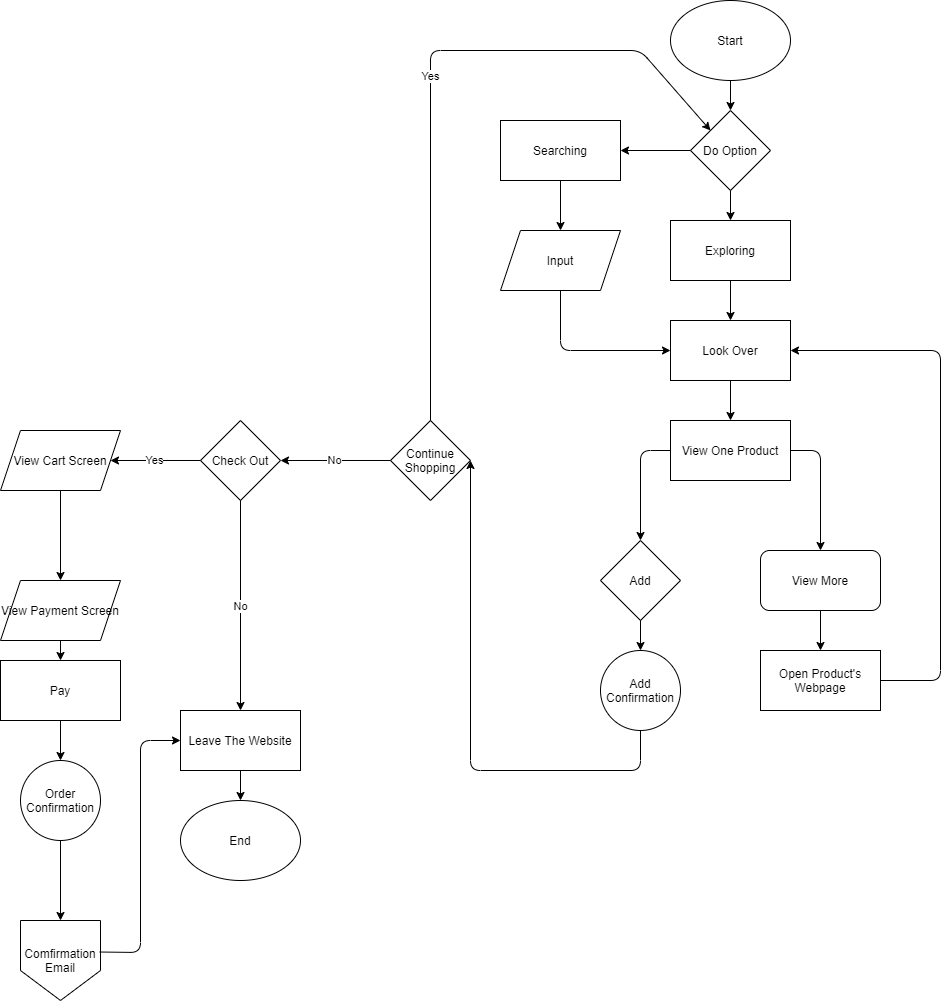
Above: explore/diagramming/diagram.drawio.png in BinnYEver/fa21-cse110-lab4 (draw.io), before the change. Source tidied: cells renumbered, new cells last; positions are measured from the earlier drawing's top-left corner, leaving out a move shared by most shapes.
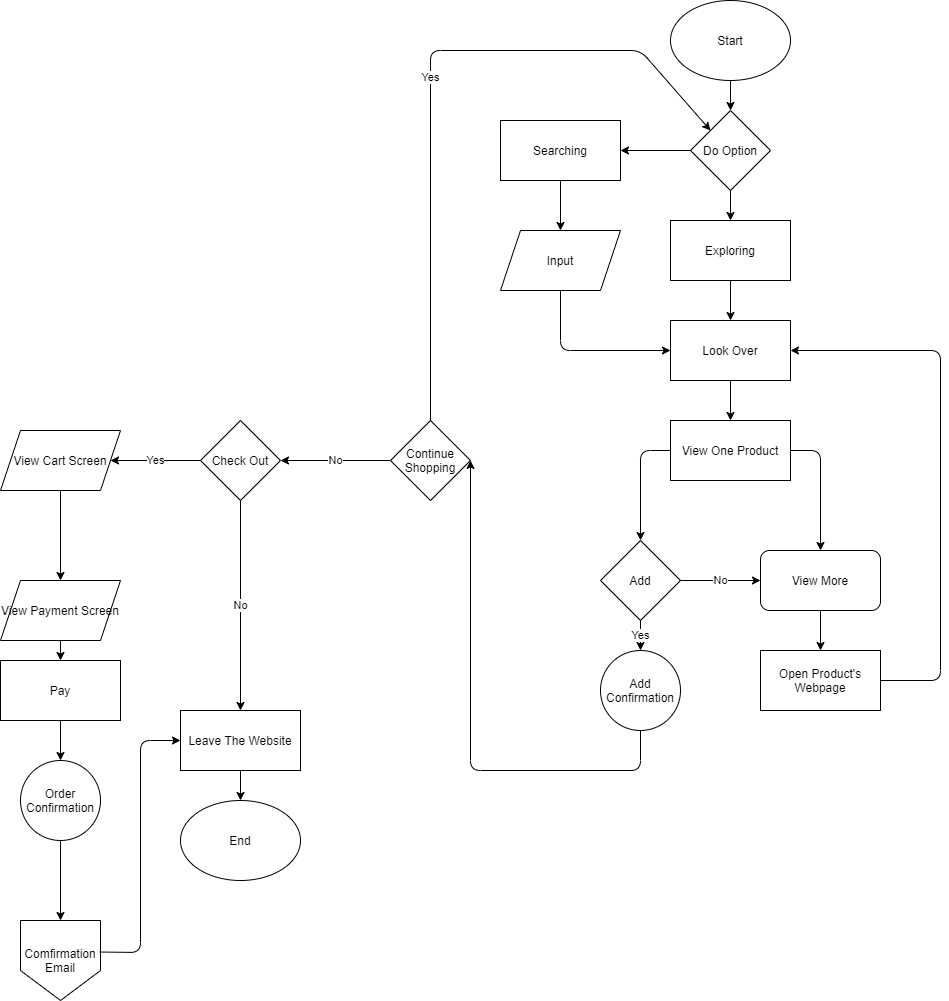
Later version of the same file.

What changed in the source:
```diff
@@ -123,7 +123,7 @@
         </Array>
       </mxGeometry>
     </mxCell>
-    <mxCell id="34" style="endArrow=classic;html=1;verticalAlign=middle;exitX=0.5;exitY=1;exitDx=0;exitDy=0;" parent="1" edge="1" source="9">
+    <mxCell id="34" value="Yes" style="endArrow=classic;html=1;verticalAlign=middle;exitX=0.5;exitY=1;exitDx=0;exitDy=0;" parent="1" edge="1" source="9">
       <mxGeometry relative="1" as="geometry">
         <mxPoint x="640" y="650" as="targetPoint" />
       </mxGeometry>
@@ -168,5 +168,8 @@
     <mxCell id="44" value="No" style="endArrow=classic;html=1;verticalAlign=middle;exitX=0.5;exitY=1;exitDx=0;exitDy=0;entryX=0.5;entryY=0;entryDx=0;entryDy=0;" parent="1" edge="1" source="14" target="15">
       <mxGeometry relative="1" as="geometry" />
     </mxCell>
+    <mxCell id="45" value="No" style="endArrow=classic;html=1;exitX=1;exitY=0.5;exitDx=0;exitDy=0;entryX=0;entryY=0.5;entryDx=0;entryDy=0;" parent="1" edge="1" source="9" target="8">
+      <mxGeometry relative="1" as="geometry" />
+    </mxCell>
   </root>
 </mxGraphModel>
```
